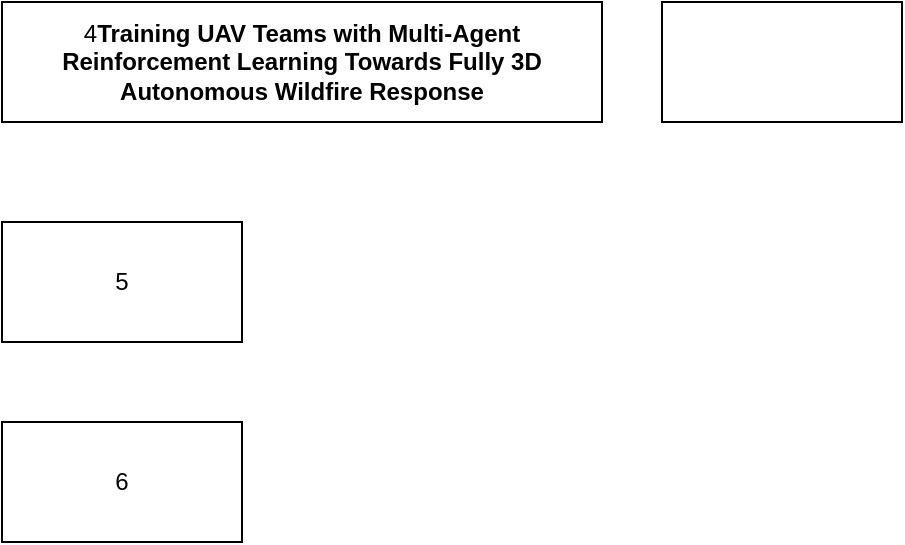
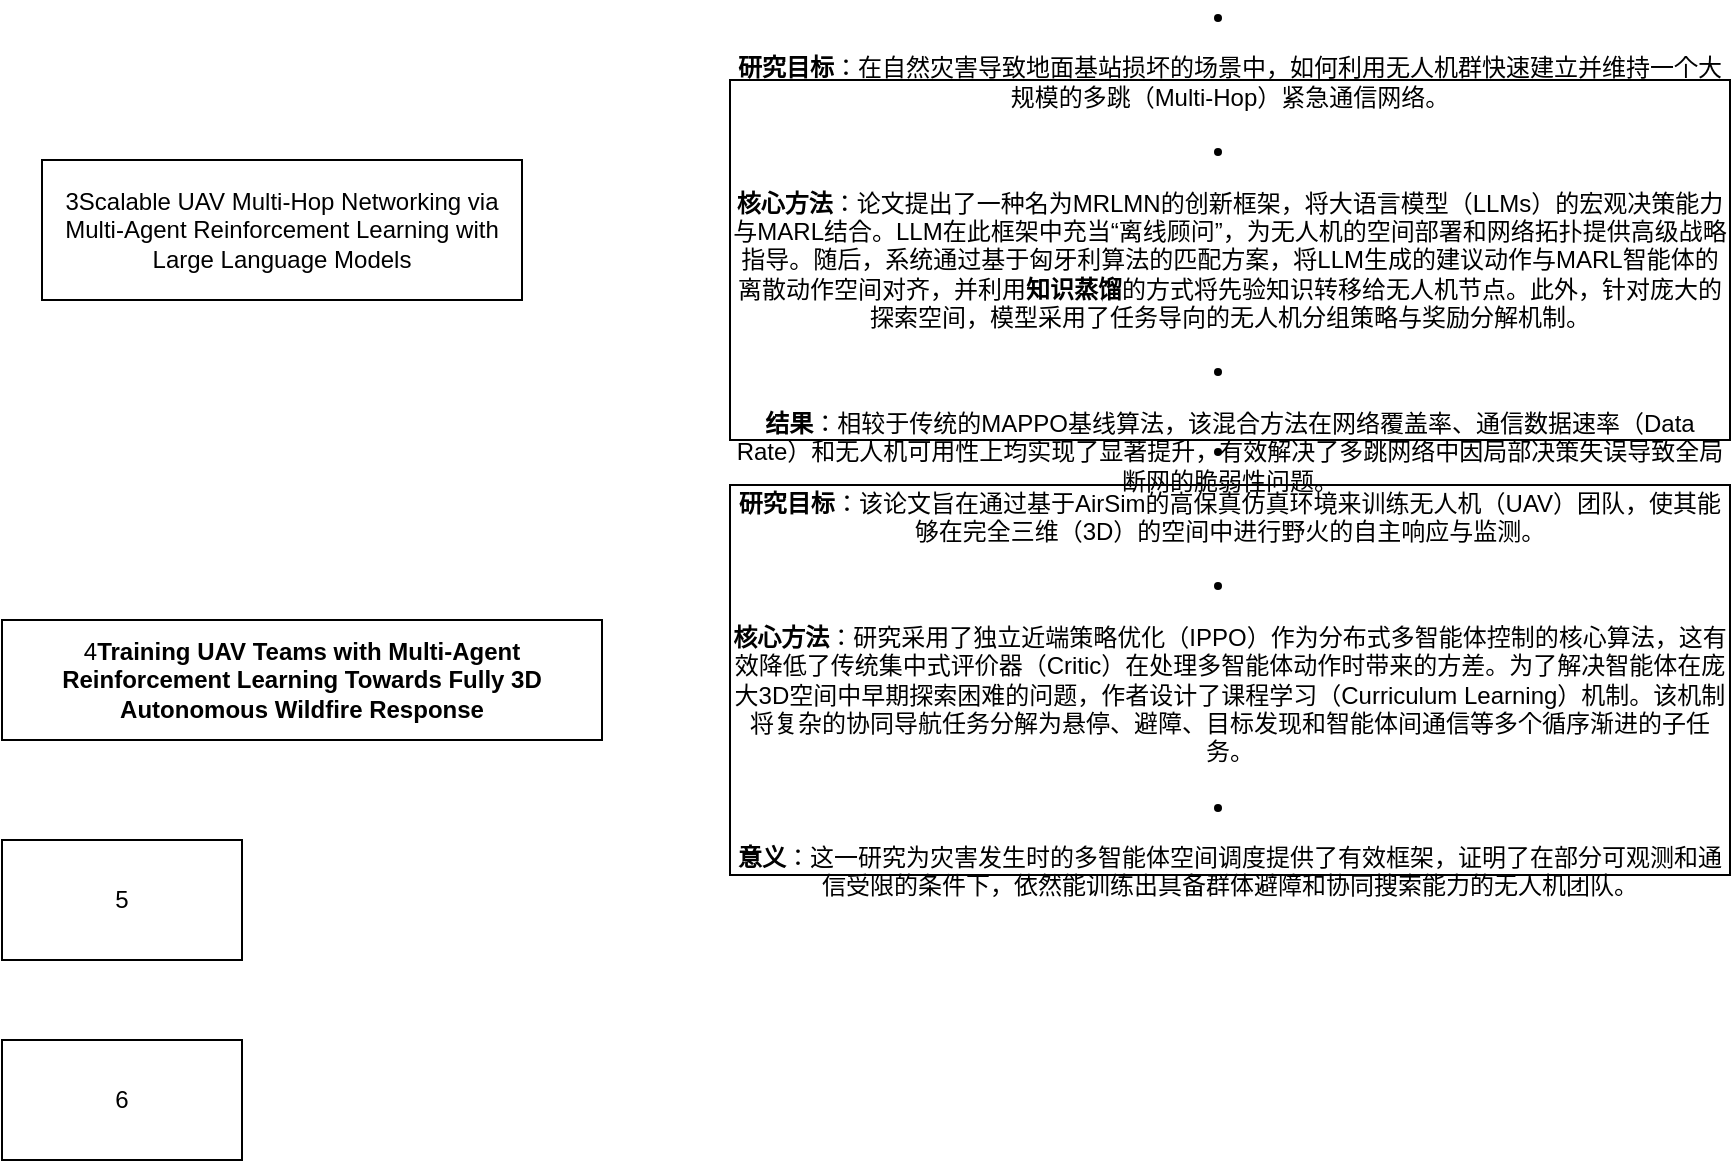
<mxfile host="app.diagrams.net" agent="Mozilla/5.0 (Windows NT 10.0; Win64; x64) AppleWebKit/537.36 (KHTML, like Gecko) Chrome/147.0.0.0 Safari/537.36" version="29.6.6">
  <diagram name="第 1 页" id="T691O49PrN9Ef3P2iLfa">
-     <mxGraphModel dx="1810" dy="472" grid="1" gridSize="10" guides="1" tooltips="1" connect="1" arrows="1" fold="1" page="1" pageScale="1" pageWidth="827" pageHeight="1169" math="0" shadow="0">
+     <mxGraphModel dx="1810" dy="1641" grid="1" gridSize="10" guides="1" tooltips="1" connect="1" arrows="1" fold="1" page="1" pageScale="1" pageWidth="827" pageHeight="1169" math="0" shadow="0">
      <root>
        <mxCell id="0" />
        <mxCell id="1" parent="0" />
        <mxCell id="BttkzOgxcZYclg_ATgkw-1" parent="1" style="rounded=0;whiteSpace=wrap;html=1;" value="5" vertex="1">
          <mxGeometry height="60" width="120" x="50" y="210" as="geometry" />
        </mxCell>
        <mxCell id="BttkzOgxcZYclg_ATgkw-2" parent="1" style="rounded=0;whiteSpace=wrap;html=1;" value="6" vertex="1">
          <mxGeometry height="60" width="120" x="50" y="310" as="geometry" />
        </mxCell>
        <mxCell id="BttkzOgxcZYclg_ATgkw-3" parent="1" style="rounded=0;whiteSpace=wrap;html=1;" value="4&lt;b data-path-to-node=&quot;3&quot; data-index-in-node=&quot;0&quot; style=&quot;background-color: transparent; color: light-dark(rgb(0, 0, 0), rgb(255, 255, 255));&quot;&gt;Training UAV Teams with Multi-Agent Reinforcement Learning Towards Fully 3D Autonomous Wildfire Response&lt;/b&gt;" vertex="1">
          <mxGeometry height="60" width="300" x="50" y="100" as="geometry" />
        </mxCell>
-         <mxCell id="BttkzOgxcZYclg_ATgkw-4" parent="1" style="rounded=0;whiteSpace=wrap;html=1;" value="" vertex="1">
-           <mxGeometry height="60" width="120" x="380" y="100" as="geometry" />
+         <mxCell id="BttkzOgxcZYclg_ATgkw-4" parent="1" style="rounded=0;whiteSpace=wrap;html=1;" value="&lt;li&gt;&lt;p data-path-to-node=&quot;4,0,0&quot;&gt;&lt;b data-path-to-node=&quot;4,0,0&quot; data-index-in-node=&quot;0&quot;&gt;研究目标&lt;/b&gt;：该论文旨在通过基于AirSim的高保真仿真环境来训练无人机（UAV）团队，使其能够在完全三维（3D）的空间中进行野火的自主响应与监测。&lt;/p&gt;&lt;/li&gt;&lt;li&gt;&lt;p data-path-to-node=&quot;4,1,0&quot;&gt;&lt;b data-path-to-node=&quot;4,1,0&quot; data-index-in-node=&quot;0&quot;&gt;核心方法&lt;/b&gt;：研究采用了独立近端策略优化（IPPO）作为分布式多智能体控制的核心算法，这有效降低了传统集中式评价器（Critic）在处理多智能体动作时带来的方差。为了解决智能体在庞大3D空间中早期探索困难的问题，作者设计了课程学习（Curriculum Learning）机制。该机制将复杂的协同导航任务分解为悬停、避障、目标发现和智能体间通信等多个循序渐进的子任务。&lt;/p&gt;&lt;/li&gt;&lt;li&gt;&lt;p data-path-to-node=&quot;4,2,0&quot;&gt;&lt;b data-path-to-node=&quot;4,2,0&quot; data-index-in-node=&quot;0&quot;&gt;意义&lt;/b&gt;：这一研究为灾害发生时的多智能体空间调度提供了有效框架，证明了在部分可观测和通信受限的条件下，依然能训练出具备群体避障和协同搜索能力的无人机团队。&lt;/p&gt;&lt;/li&gt;" vertex="1">
+           <mxGeometry height="195" width="500" x="414" y="32.5" as="geometry" />
+         </mxCell>
+         <mxCell id="BttkzOgxcZYclg_ATgkw-5" parent="1" style="rounded=0;whiteSpace=wrap;html=1;" value="&lt;li&gt;&lt;p data-path-to-node=&quot;7,0,0&quot;&gt;&lt;b data-path-to-node=&quot;7,0,0&quot; data-index-in-node=&quot;0&quot;&gt;研究目标&lt;/b&gt;：在自然灾害导致地面基站损坏的场景中，如何利用无人机群快速建立并维持一个大规模的多跳（Multi-Hop）紧急通信网络。&lt;/p&gt;&lt;/li&gt;&lt;li&gt;&lt;p data-path-to-node=&quot;7,1,0&quot;&gt;&lt;b data-path-to-node=&quot;7,1,0&quot; data-index-in-node=&quot;0&quot;&gt;核心方法&lt;/b&gt;：论文提出了一种名为MRLMN的创新框架，将大语言模型（LLMs）的宏观决策能力与MARL结合。LLM在此框架中充当“离线顾问”，为无人机的空间部署和网络拓扑提供高级战略指导。随后，系统通过基于匈牙利算法的匹配方案，将LLM生成的建议动作与MARL智能体的离散动作空间对齐，并利用&lt;b data-path-to-node=&quot;7,1,0&quot; data-index-in-node=&quot;144&quot;&gt;知识蒸馏&lt;/b&gt;的方式将先验知识转移给无人机节点。此外，针对庞大的探索空间，模型采用了任务导向的无人机分组策略与奖励分解机制。&lt;/p&gt;&lt;/li&gt;&lt;li&gt;&lt;p data-path-to-node=&quot;7,2,0&quot;&gt;&lt;b data-path-to-node=&quot;7,2,0&quot; data-index-in-node=&quot;0&quot;&gt;结果&lt;/b&gt;：相较于传统的MAPPO基线算法，该混合方法在网络覆盖率、通信数据速率（Data Rate）和无人机可用性上均实现了显著提升，有效解决了多跳网络中因局部决策失误导致全局断网的脆弱性问题。&lt;/p&gt;&lt;/li&gt;" vertex="1">
+           <mxGeometry height="180" width="500" x="414" y="-170" as="geometry" />
+         </mxCell>
+         <mxCell id="BttkzOgxcZYclg_ATgkw-6" parent="1" style="rounded=0;whiteSpace=wrap;html=1;" value="3Scalable UAV Multi-Hop Networking via Multi-Agent Reinforcement Learning with Large Language Models" vertex="1">
+           <mxGeometry height="70" width="240" x="70" y="-130" as="geometry" />
        </mxCell>
      </root>
    </mxGraphModel>
  </diagram>
</mxfile>
